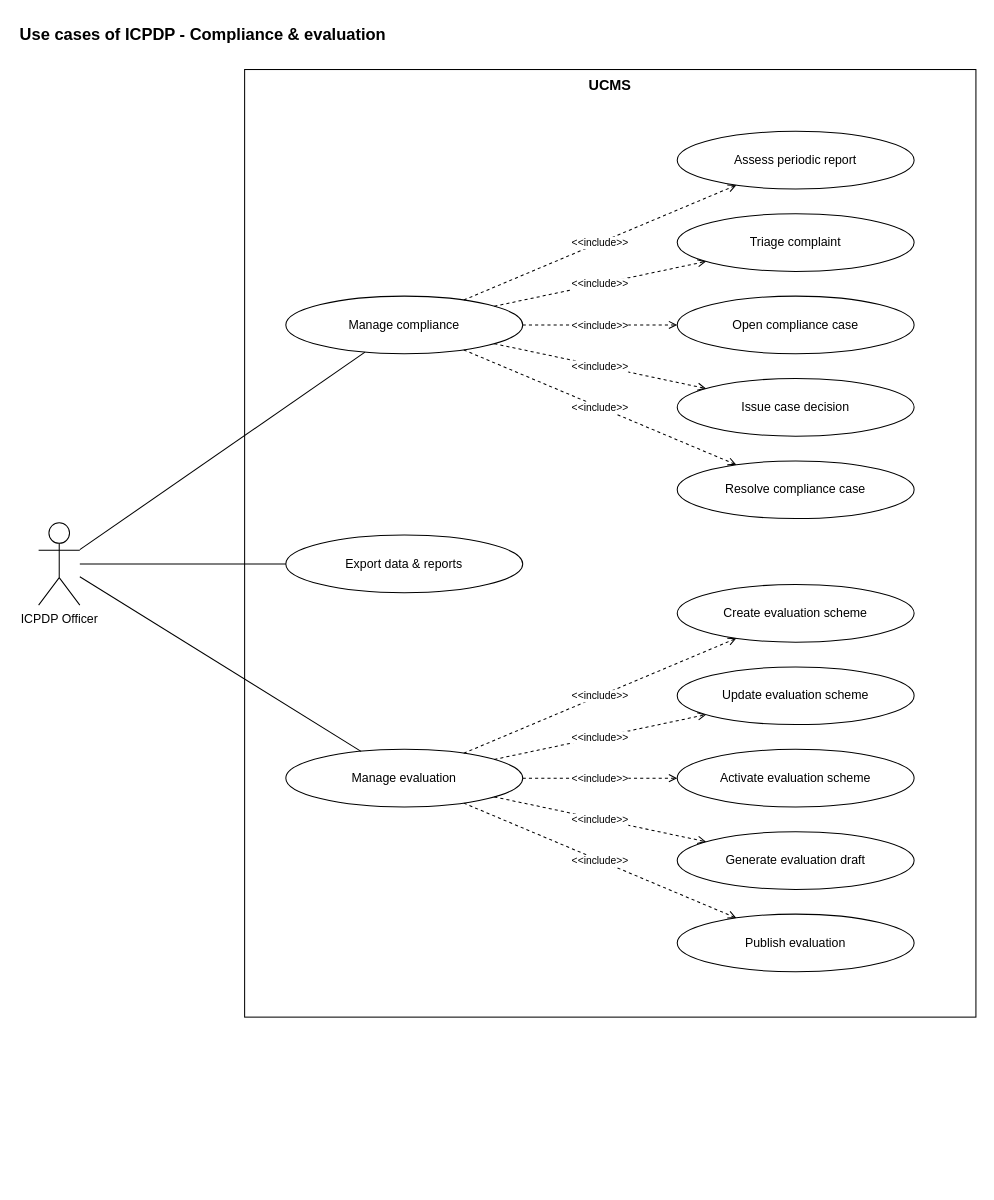
nvdekay/ClubManagementSystem keeps this draw.io diagram as page "ICPDP 3 - Compliance & evaluation" (9 of 9) of docs/03-diagrams/UCMS_UseCase_ByActor.drawio. Above is the earlier version. Source tidied: cells renumbered, new cells numbered last; positions are measured from the earlier drawing's top-left corner, leaving out a move shared by most shapes. Both pictures are drawn from the tidied source at 103%, with x=0, y=0 at pixel (18, 18).
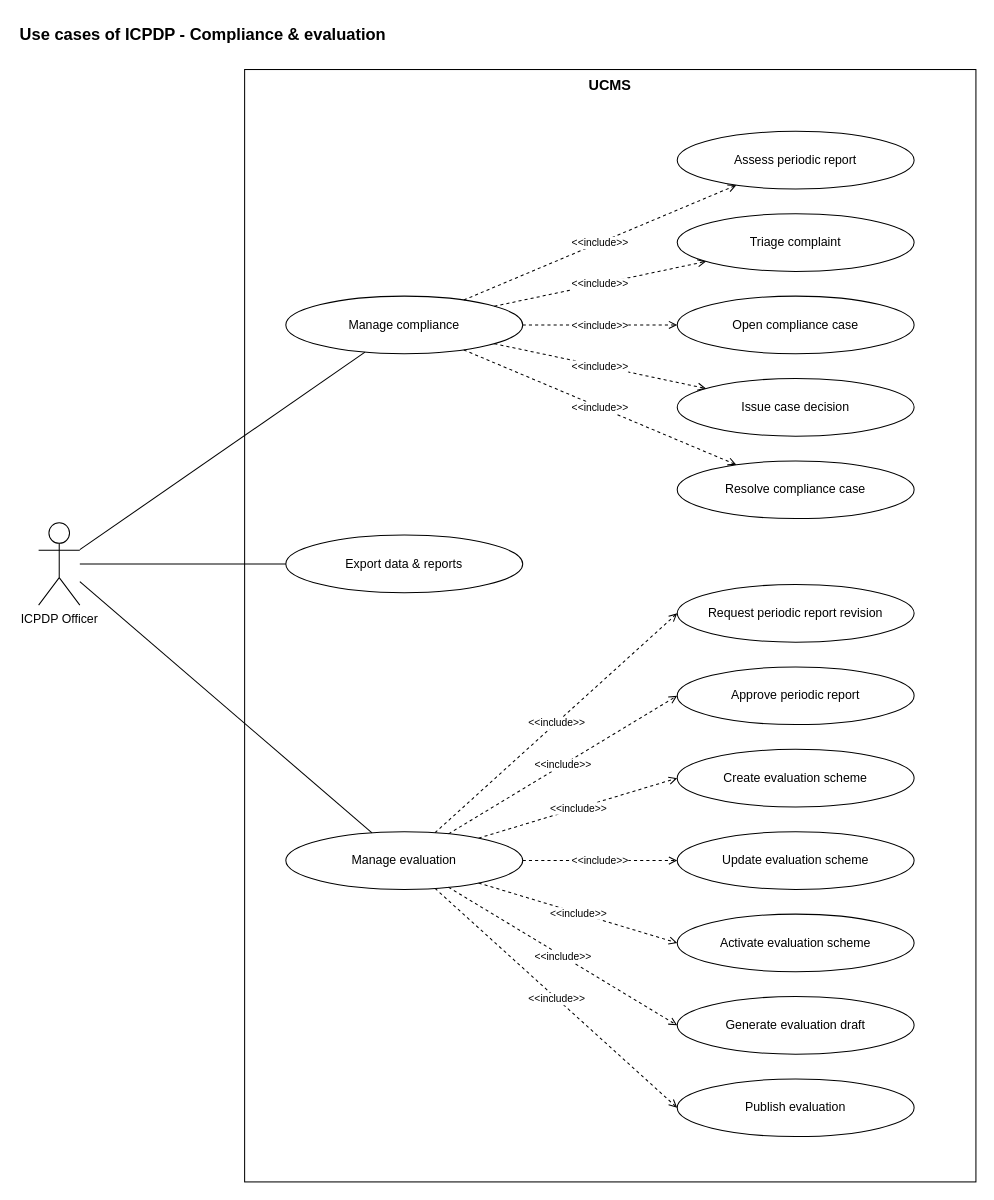
The same diagram, later.

What changed in the source:
```diff
@@
     <mxCell id="3" value="UCMS" style="rounded=0;whiteSpace=wrap;html=1;fillColor=none;strokeColor=#000000;verticalAlign=top;fontStyle=1;fontSize=14;" parent="1" vertex="1">
-      <mxGeometry x="220" y="50" width="710" height="920" as="geometry" />
+      <mxGeometry x="220" y="50" width="710" height="1080" as="geometry" />
     </mxCell>
@@
     <mxCell id="17" value="Manage evaluation" style="ellipse;whiteSpace=wrap;html=1;fillColor=#ffffff;strokeColor=#000000;fontSize=12;" parent="1" vertex="1">
-      <mxGeometry x="260" y="710" width="230" height="56" as="geometry" />
+      <mxGeometry x="260" y="790" width="230" height="56" as="geometry" />
     </mxCell>
@@
     <mxCell id="19" value="Create evaluation scheme" style="ellipse;whiteSpace=wrap;html=1;fillColor=#ffffff;strokeColor=#000000;fontSize=12;" parent="1" vertex="1">
-      <mxGeometry x="640" y="550" width="230" height="56" as="geometry" />
+      <mxGeometry x="640" y="710" width="230" height="56" as="geometry" />
     </mxCell>
-    <mxCell id="20" value="&amp;lt;&amp;lt;include&amp;gt;&amp;gt;" style="endArrow=open;dashed=1;html=1;strokeColor=#000000;fontSize=10;labelBackgroundColor=#ffffff;" parent="1" edge="1" source="17" target="19">
+    <mxCell id="20" value="&amp;lt;&amp;lt;include&amp;gt;&amp;gt;" style="endArrow=open;dashed=1;html=1;strokeColor=#000000;fontSize=10;labelBackgroundColor=#ffffff;entryX=0;entryY=0.5;entryDx=0;entryDy=0;" parent="1" edge="1" source="17" target="19">
       <mxGeometry relative="1" as="geometry" />
     </mxCell>
     <mxCell id="21" value="Update evaluation scheme" style="ellipse;whiteSpace=wrap;html=1;fillColor=#ffffff;strokeColor=#000000;fontSize=12;" parent="1" vertex="1">
-      <mxGeometry x="640" y="630" width="230" height="56" as="geometry" />
+      <mxGeometry x="640" y="790" width="230" height="56" as="geometry" />
     </mxCell>
-    <mxCell id="22" value="&amp;lt;&amp;lt;include&amp;gt;&amp;gt;" style="endArrow=open;dashed=1;html=1;strokeColor=#000000;fontSize=10;labelBackgroundColor=#ffffff;" parent="1" edge="1" source="17" target="21">
+    <mxCell id="22" value="&amp;lt;&amp;lt;include&amp;gt;&amp;gt;" style="endArrow=open;dashed=1;html=1;strokeColor=#000000;fontSize=10;labelBackgroundColor=#ffffff;entryX=0;entryY=0.5;entryDx=0;entryDy=0;" parent="1" edge="1" source="17" target="21">
       <mxGeometry relative="1" as="geometry" />
     </mxCell>
     <mxCell id="23" value="Activate evaluation scheme" style="ellipse;whiteSpace=wrap;html=1;fillColor=#ffffff;strokeColor=#000000;fontSize=12;" parent="1" vertex="1">
-      <mxGeometry x="640" y="710" width="230" height="56" as="geometry" />
+      <mxGeometry x="640" y="870" width="230" height="56" as="geometry" />
     </mxCell>
-    <mxCell id="24" value="&amp;lt;&amp;lt;include&amp;gt;&amp;gt;" style="endArrow=open;dashed=1;html=1;strokeColor=#000000;fontSize=10;labelBackgroundColor=#ffffff;" parent="1" edge="1" source="17" target="23">
+    <mxCell id="24" value="&amp;lt;&amp;lt;include&amp;gt;&amp;gt;" style="endArrow=open;dashed=1;html=1;strokeColor=#000000;fontSize=10;labelBackgroundColor=#ffffff;entryX=0;entryY=0.5;entryDx=0;entryDy=0;" parent="1" edge="1" source="17" target="23">
       <mxGeometry relative="1" as="geometry" />
     </mxCell>
     <mxCell id="25" value="Generate evaluation draft" style="ellipse;whiteSpace=wrap;html=1;fillColor=#ffffff;strokeColor=#000000;fontSize=12;" parent="1" vertex="1">
-      <mxGeometry x="640" y="790" width="230" height="56" as="geometry" />
+      <mxGeometry x="640" y="950" width="230" height="56" as="geometry" />
     </mxCell>
-    <mxCell id="26" value="&amp;lt;&amp;lt;include&amp;gt;&amp;gt;" style="endArrow=open;dashed=1;html=1;strokeColor=#000000;fontSize=10;labelBackgroundColor=#ffffff;" parent="1" edge="1" source="17" target="25">
+    <mxCell id="26" value="&amp;lt;&amp;lt;include&amp;gt;&amp;gt;" style="endArrow=open;dashed=1;html=1;strokeColor=#000000;fontSize=10;labelBackgroundColor=#ffffff;entryX=0;entryY=0.5;entryDx=0;entryDy=0;" parent="1" edge="1" source="17" target="25">
       <mxGeometry relative="1" as="geometry" />
     </mxCell>
     <mxCell id="27" value="Publish evaluation" style="ellipse;whiteSpace=wrap;html=1;fillColor=#ffffff;strokeColor=#000000;fontSize=12;" parent="1" vertex="1">
-      <mxGeometry x="640" y="870" width="230" height="56" as="geometry" />
+      <mxGeometry x="640" y="1030" width="230" height="56" as="geometry" />
     </mxCell>
-    <mxCell id="28" value="&amp;lt;&amp;lt;include&amp;gt;&amp;gt;" style="endArrow=open;dashed=1;html=1;strokeColor=#000000;fontSize=10;labelBackgroundColor=#ffffff;" parent="1" edge="1" source="17" target="27">
+    <mxCell id="28" value="&amp;lt;&amp;lt;include&amp;gt;&amp;gt;" style="endArrow=open;dashed=1;html=1;strokeColor=#000000;fontSize=10;labelBackgroundColor=#ffffff;entryX=0;entryY=0.5;entryDx=0;entryDy=0;" parent="1" edge="1" source="17" target="27">
       <mxGeometry relative="1" as="geometry" />
     </mxCell>
@@
+    <mxCell id="31" value="Request periodic report revision" style="ellipse;whiteSpace=wrap;html=1;fillColor=#ffffff;strokeColor=#000000;fontSize=12;" parent="1" vertex="1">
+      <mxGeometry x="640" y="550" width="230" height="56" as="geometry" />
+    </mxCell>
+    <mxCell id="32" value="&amp;lt;&amp;lt;include&amp;gt;&amp;gt;" style="endArrow=open;dashed=1;html=1;strokeColor=#000000;fontSize=10;labelBackgroundColor=#ffffff;entryX=0;entryY=0.5;entryDx=0;entryDy=0;" parent="1" edge="1" source="17" target="31">
+      <mxGeometry relative="1" as="geometry" />
+    </mxCell>
+    <mxCell id="33" value="Approve periodic report" style="ellipse;whiteSpace=wrap;html=1;fillColor=#ffffff;strokeColor=#000000;fontSize=12;" parent="1" vertex="1">
+      <mxGeometry x="640" y="630" width="230" height="56" as="geometry" />
+    </mxCell>
+    <mxCell id="34" value="&amp;lt;&amp;lt;include&amp;gt;&amp;gt;" style="endArrow=open;dashed=1;html=1;strokeColor=#000000;fontSize=10;labelBackgroundColor=#ffffff;entryX=0;entryY=0.5;entryDx=0;entryDy=0;" parent="1" edge="1" source="17" target="33">
+      <mxGeometry relative="1" as="geometry" />
+    </mxCell>
```
